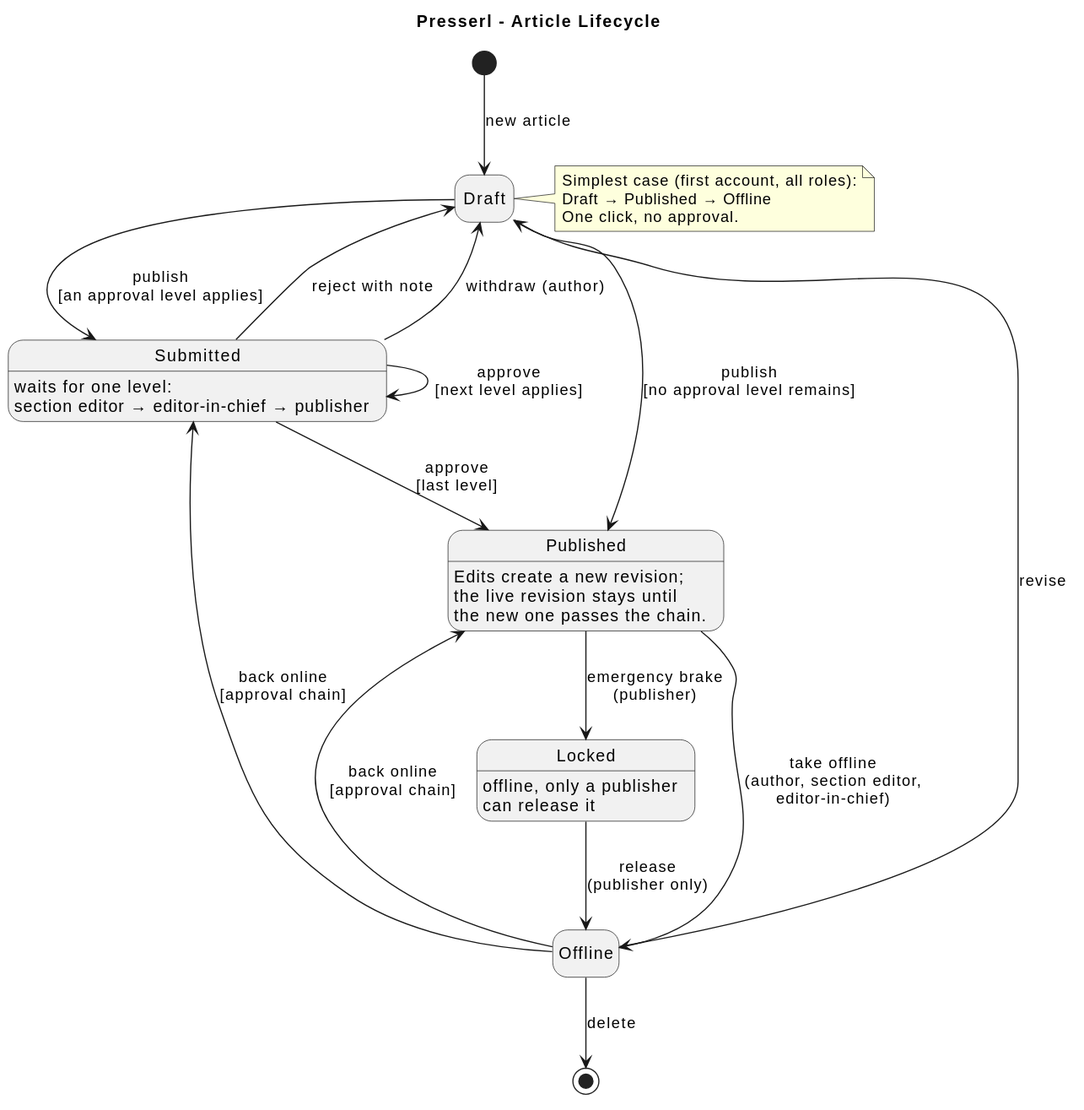
Above: docs/diagrams/article-lifecycle.svg in UnterrainerInformatik/presserl (PlantUML), before the change.
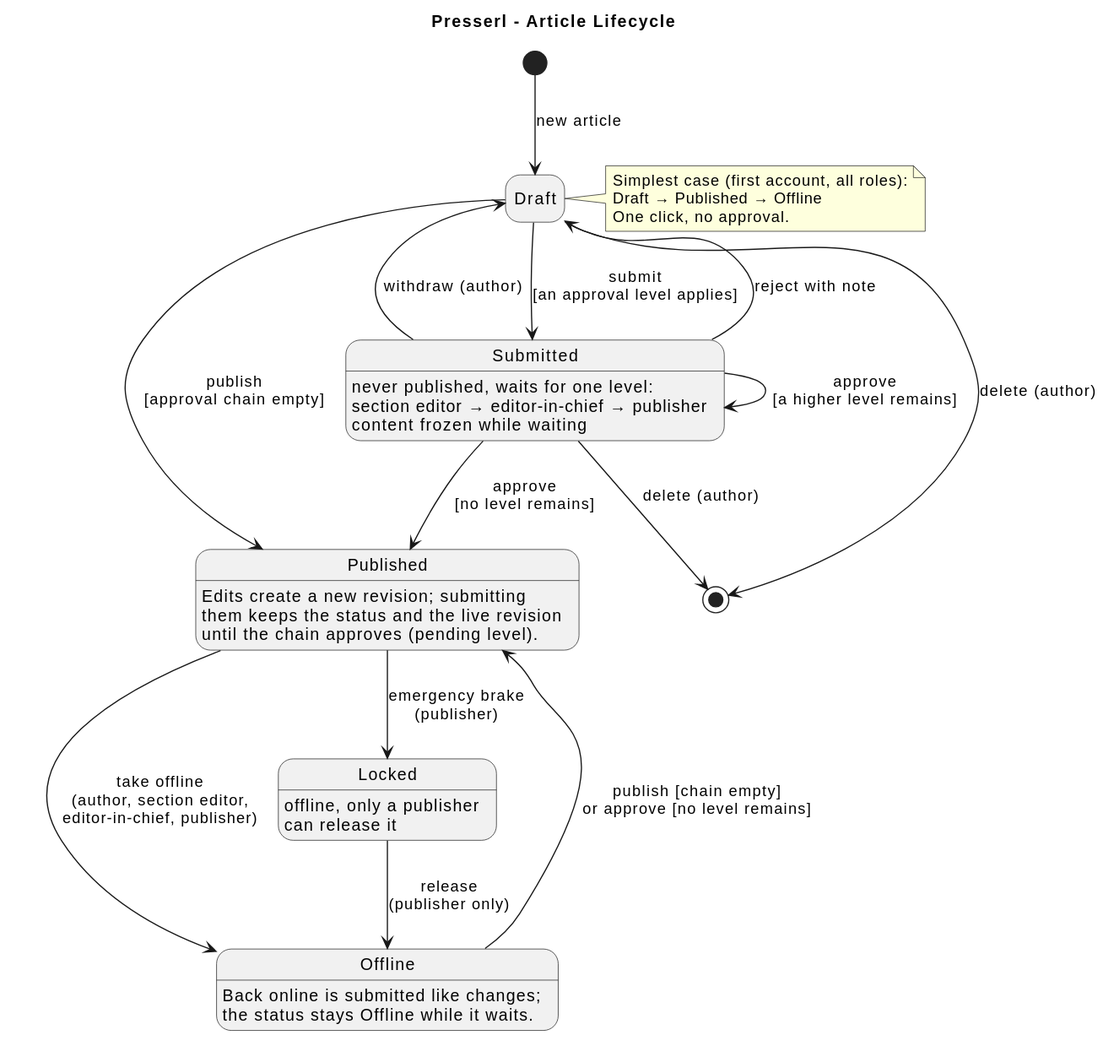
Above is the later version.

Change to the diagram source:
```diff
@@ -6,26 +6,28 @@
 
 [*] --> Draft : new article
 
-Draft --> Published : publish\n[no approval level remains]
-Draft --> Submitted : publish\n[an approval level applies]
-Submitted --> Submitted : approve\n[next level applies]
-Submitted --> Published : approve\n[last level]
+Draft --> Published : publish\n[approval chain empty]
+Draft --> Submitted : submit\n[an approval level applies]
+Submitted --> Submitted : approve\n[a higher level remains]
+Submitted --> Published : approve\n[no level remains]
 Submitted --> Draft : reject with note
 Submitted --> Draft : withdraw (author)
+Draft --> [*] : delete (author)
+Submitted --> [*] : delete (author)
 
-Published --> Offline : take offline\n(author, section editor,\neditor-in-chief)
+Published --> Offline : take offline\n(author, section editor,\neditor-in-chief, publisher)
 Published --> Locked : emergency brake\n(publisher)
-Offline --> Published : back online\n[approval chain]
-Offline --> Submitted : back online\n[approval chain]
+Offline --> Published : publish [chain empty]\nor approve [no level remains]
 Locked --> Offline : release\n(publisher only)
-Offline --> Draft : revise
-Offline --> [*] : delete
 
-Submitted : waits for one level:
+Submitted : never published, waits for one level:
 Submitted : section editor → editor-in-chief → publisher
-Published : Edits create a new revision;
-Published : the live revision stays until
-Published : the new one passes the chain.
+Submitted : content frozen while waiting
+Published : Edits create a new revision; submitting
+Published : them keeps the status and the live revision
+Published : until the chain approves (pending level).
+Offline : Back online is submitted like changes;
+Offline : the status stays Offline while it waits.
 Locked : offline, only a publisher
 Locked : can release it
 
```
